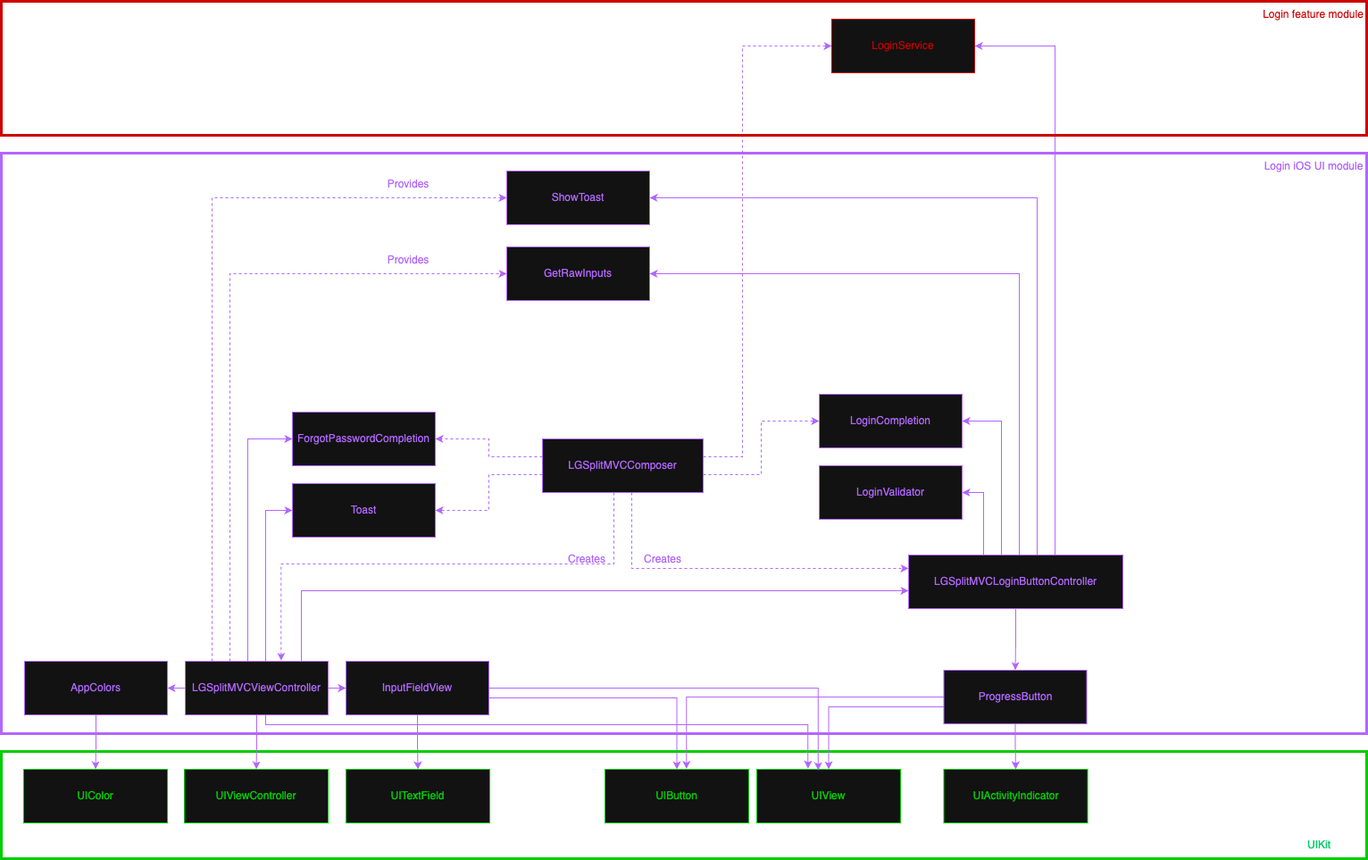
Earlier version of the draw.io export ECommerceScreens/ECommerceScreens/Login/SplitMVC/Diagrams/LGSplitMVCDependency.png (hiren9697/UIPatternsDemonstration). Source tidied: cells renumbered, new cells last; positions are measured from the earlier drawing's top-left corner, leaving out a move shared by most shapes.
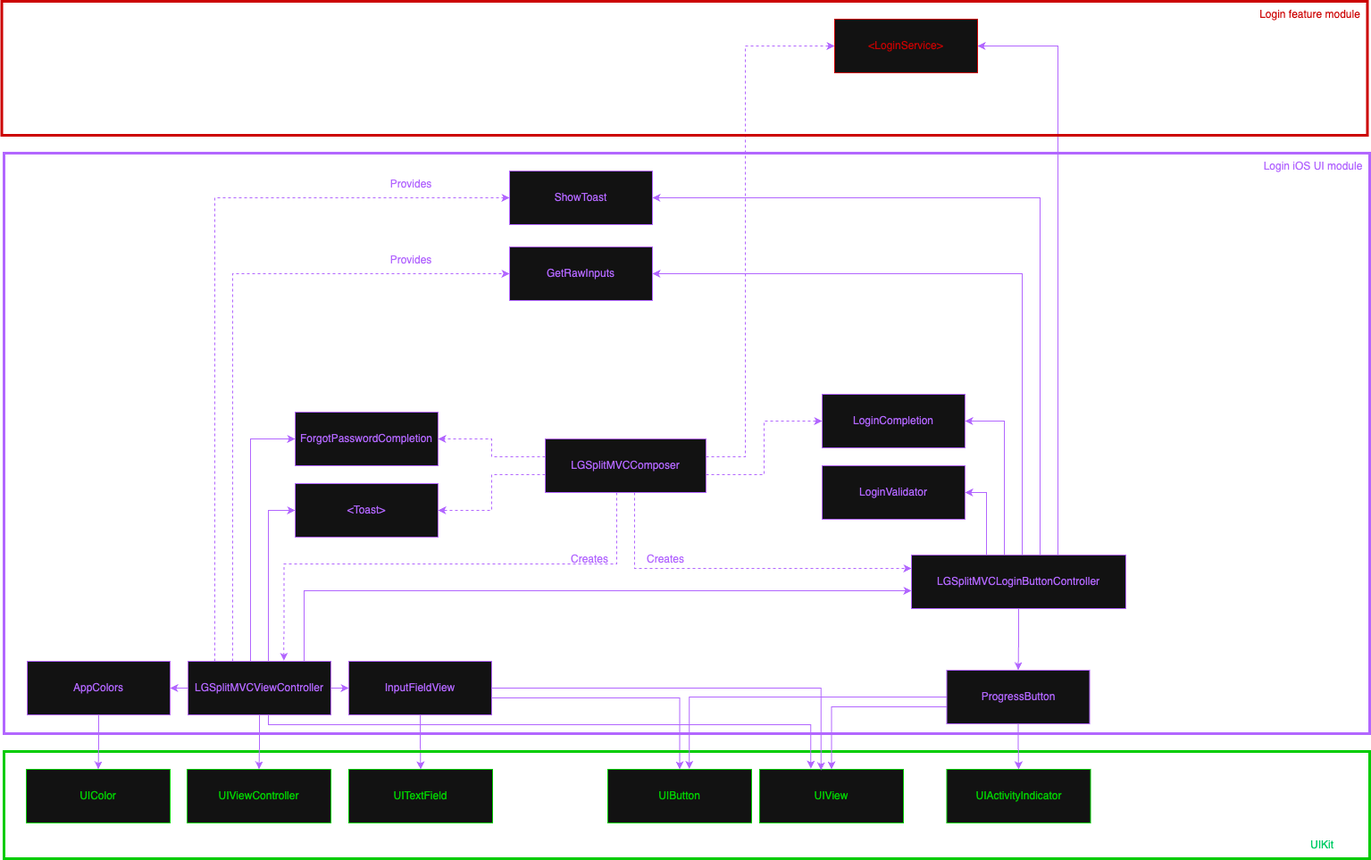
The same file after the commit.

Commit message:
Updated dependency diagram for split MVC approach

What changed in the source:
```diff
@@ -18,17 +18,17 @@
     <mxCell id="5" value="&lt;span style=&quot;color: light-dark(rgb(0, 0, 0), rgb(178, 102, 255));&quot;&gt;ForgotPasswordCompletion&lt;/span&gt;" style="rounded=0;whiteSpace=wrap;html=1;strokeColor=light-dark(#000000,#B266FF);" parent="1" vertex="1">
       <mxGeometry x="326" y="460" width="160" height="60" as="geometry" />
     </mxCell>
-    <mxCell id="6" style="rounded=0;whiteSpace=wrap;html=1;strokeColor=light-dark(#000000,#B266FF);fillColor=none;strokeWidth=3;" parent="1" vertex="1">
-      <mxGeometry y="170" width="1529" height="650" as="geometry" />
-    </mxCell>
-    <mxCell id="7" style="rounded=0;whiteSpace=wrap;html=1;strokeColor=light-dark(#000000,#00CC00);fillColor=none;strokeWidth=3;" parent="1" vertex="1">
-      <mxGeometry y="840" width="1529" height="120" as="geometry" />
-    </mxCell>
+    <mxCell id="59" style="rounded=0;whiteSpace=wrap;html=1;strokeColor=light-dark(#000000,#B266FF);fillColor=none;strokeWidth=3;" parent="1" vertex="1">
+      <mxGeometry y="170" width="1529" height="650" as="geometry" />
+    </mxCell>
+    <mxCell id="60" style="rounded=0;whiteSpace=wrap;html=1;strokeColor=light-dark(#000000,#00CC00);fillColor=none;strokeWidth=3;" parent="1" vertex="1">
+      <mxGeometry y="840" width="1529" height="120" as="geometry" />
+    </mxCell>
     <mxCell id="8" value="&lt;font style=&quot;color: light-dark(rgb(0, 0, 0), rgb(0, 204, 102));&quot;&gt;UIKit&lt;/font&gt;" style="text;html=1;align=center;verticalAlign=middle;whiteSpace=wrap;rounded=0;" parent="1" vertex="1">
       <mxGeometry x="1446" y="930" width="60" height="30" as="geometry" />
     </mxCell>
     <mxCell id="9" value="&lt;font style=&quot;color: light-dark(rgb(0, 0, 0), rgb(178, 102, 255));&quot;&gt;Login iOS UI module&lt;/font&gt;" style="text;html=1;align=center;verticalAlign=middle;whiteSpace=wrap;rounded=0;" parent="1" vertex="1">
-      <mxGeometry x="1412.5" y="170" width="114" height="30" as="geometry" />
+      <mxGeometry x="1408.5" y="170" width="114" height="30" as="geometry" />
     </mxCell>
     <mxCell id="10" value="&lt;span style=&quot;color: light-dark(rgb(0, 0, 0), rgb(178, 102, 255));&quot;&gt;LoginCompletion&lt;/span&gt;" style="rounded=0;whiteSpace=wrap;html=1;strokeColor=light-dark(#000000,#B266FF);" parent="1" vertex="1">
       <mxGeometry x="916" y="440" width="160" height="60" as="geometry" />
@@ -46,9 +46,9 @@
     <mxCell id="13" value="&lt;span style=&quot;color: light-dark(rgb(0, 0, 0), rgb(178, 102, 255));&quot;&gt;ProgressButton&lt;/span&gt;" style="rounded=0;whiteSpace=wrap;html=1;strokeColor=light-dark(#000000,#B266FF);" parent="1" vertex="1">
       <mxGeometry x="1055.5" y="749" width="160" height="60" as="geometry" />
     </mxCell>
-    <mxCell id="14" value="&lt;span style=&quot;color: light-dark(rgb(0, 0, 0), rgb(178, 102, 255));&quot;&gt;Toast&lt;/span&gt;" style="rounded=0;whiteSpace=wrap;html=1;strokeColor=light-dark(#000000,#B266FF);" parent="1" vertex="1">
-      <mxGeometry x="326" y="540" width="160" height="60" as="geometry" />
-    </mxCell>
+    <mxCell id="61" value="&lt;span style=&quot;color: light-dark(rgb(0, 0, 0), rgb(178, 102, 255));&quot;&gt;&amp;lt;Toast&amp;gt;&lt;/span&gt;" style="rounded=0;whiteSpace=wrap;html=1;strokeColor=light-dark(#000000,#B266FF);" parent="1" vertex="1">
+      <mxGeometry x="326" y="540" width="160" height="60" as="geometry" />
+    </mxCell>
     <mxCell id="15" value="&lt;span style=&quot;color: light-dark(rgb(0, 0, 0), rgb(178, 102, 255));&quot;&gt;LoginValidator&lt;/span&gt;" style="rounded=0;whiteSpace=wrap;html=1;strokeColor=light-dark(#000000,#B266FF);" parent="1" vertex="1">
       <mxGeometry x="916" y="520" width="160" height="60" as="geometry" />
     </mxCell>
@@ -77,13 +77,13 @@
         </Array>
       </mxGeometry>
     </mxCell>
-    <mxCell id="23" style="edgeStyle=orthogonalEdgeStyle;rounded=0;jettySize=auto;html=1;entryX=0;entryY=0.5;entryDx=0;entryDy=0;strokeColor=#B266FF;" parent="1" edge="1" source="27" target="14">
-      <mxGeometry relative="1" as="geometry">
-        <Array as="points">
-          <mxPoint x="296" y="570" />
-        </Array>
-      </mxGeometry>
-    </mxCell>
+    <mxCell id="62" style="edgeStyle=orthogonalEdgeStyle;rounded=0;jettySize=auto;html=1;entryX=0;entryY=0.5;entryDx=0;entryDy=0;strokeColor=#B266FF;" parent="1" edge="1" source="27" target="61">
+      <mxGeometry relative="1" as="geometry">
+        <Array as="points">
+          <mxPoint x="296" y="570" />
+        </Array>
+      </mxGeometry>
+    </mxCell>
     <mxCell id="24" style="edgeStyle=orthogonalEdgeStyle;rounded=0;jettySize=auto;html=1;entryX=0;entryY=0.5;entryDx=0;entryDy=0;strokeColor=#B266FF;dashed=1;" parent="1" edge="1" source="27" target="42">
       <mxGeometry relative="1" as="geometry">
         <Array as="points">
@@ -98,15 +98,15 @@
         </Array>
       </mxGeometry>
     </mxCell>
-    <mxCell id="26" style="edgeStyle=orthogonalEdgeStyle;rounded=0;orthogonalLoop=1;jettySize=auto;html=1;entryX=0;entryY=0.5;entryDx=0;entryDy=0;strokeColor=#B266FF;" parent="1" edge="1">
-      <mxGeometry relative="1" as="geometry">
-        <mxPoint x="336" y="749" as="sourcePoint" />
-        <mxPoint x="1016" y="660" as="targetPoint" />
-        <Array as="points">
-          <mxPoint x="336" y="660" />
-        </Array>
-      </mxGeometry>
-    </mxCell>
+    <mxCell id="63" style="edgeStyle=orthogonalEdgeStyle;rounded=0;orthogonalLoop=1;jettySize=auto;html=1;entryX=0;entryY=0.5;entryDx=0;entryDy=0;strokeColor=#B266FF;" parent="1" edge="1">
+      <mxGeometry relative="1" as="geometry">
+        <mxPoint x="336" y="749" as="sourcePoint" />
+        <mxPoint x="1016" y="660" as="targetPoint" />
+        <Array as="points">
+          <mxPoint x="336" y="660" />
+        </Array>
+      </mxGeometry>
+    </mxCell>
     <mxCell id="27" value="&lt;span style=&quot;color: light-dark(rgb(0, 0, 0), rgb(178, 102, 255));&quot;&gt;LGSplitMVCViewController&lt;/span&gt;" style="rounded=0;whiteSpace=wrap;html=1;strokeColor=light-dark(#000000,#B266FF);" parent="1" vertex="1">
       <mxGeometry x="206" y="739" width="160" height="60" as="geometry" />
     </mxCell>
@@ -159,13 +159,13 @@
         </Array>
       </mxGeometry>
     </mxCell>
-    <mxCell id="39" style="edgeStyle=orthogonalEdgeStyle;rounded=0;jettySize=auto;html=1;entryX=1;entryY=0.5;entryDx=0;entryDy=0;strokeColor=light-dark(#000000,#B266FF);" parent="1" edge="1" source="40" target="56">
-      <mxGeometry relative="1" as="geometry">
-        <Array as="points">
-          <mxPoint x="1180" y="50" />
-        </Array>
-      </mxGeometry>
-    </mxCell>
+    <mxCell id="64" style="edgeStyle=orthogonalEdgeStyle;rounded=0;jettySize=auto;html=1;entryX=1;entryY=0.5;entryDx=0;entryDy=0;strokeColor=light-dark(#000000,#B266FF);" parent="1" edge="1" source="40" target="71">
+      <mxGeometry relative="1" as="geometry">
+        <Array as="points">
+          <mxPoint x="1180" y="50" />
+        </Array>
+      </mxGeometry>
+    </mxCell>
     <mxCell id="40" value="&lt;span style=&quot;color: light-dark(rgb(0, 0, 0), rgb(178, 102, 255));&quot;&gt;LGSplitMVCLoginButtonController&lt;/span&gt;" style="rounded=0;whiteSpace=wrap;html=1;strokeColor=light-dark(#000000,#B266FF);" parent="1" vertex="1">
       <mxGeometry x="1016" y="620" width="240" height="60" as="geometry" />
     </mxCell>
@@ -186,14 +186,14 @@
         </Array>
       </mxGeometry>
     </mxCell>
-    <mxCell id="45" style="edgeStyle=orthogonalEdgeStyle;rounded=0;jettySize=auto;html=1;entryX=1;entryY=0.5;entryDx=0;entryDy=0;strokeColor=#B266FF;dashed=1;" parent="1" edge="1" source="50" target="14">
-      <mxGeometry relative="1" as="geometry">
-        <Array as="points">
-          <mxPoint x="546" y="530" />
-          <mxPoint x="546" y="570" />
-        </Array>
-      </mxGeometry>
-    </mxCell>
+    <mxCell id="65" style="edgeStyle=orthogonalEdgeStyle;rounded=0;jettySize=auto;html=1;entryX=1;entryY=0.5;entryDx=0;entryDy=0;strokeColor=#B266FF;dashed=1;" parent="1" edge="1" source="50" target="61">
+      <mxGeometry relative="1" as="geometry">
+        <Array as="points">
+          <mxPoint x="546" y="530" />
+          <mxPoint x="546" y="570" />
+        </Array>
+      </mxGeometry>
+    </mxCell>
     <mxCell id="46" style="edgeStyle=orthogonalEdgeStyle;rounded=0;jettySize=auto;html=1;entryX=1;entryY=0.5;entryDx=0;entryDy=0;strokeColor=#B266FF;dashed=1;" parent="1" edge="1" source="50" target="5">
       <mxGeometry relative="1" as="geometry">
         <Array as="points">
@@ -217,14 +217,14 @@
         </Array>
       </mxGeometry>
     </mxCell>
-    <mxCell id="49" style="edgeStyle=orthogonalEdgeStyle;rounded=0;jettySize=auto;html=1;entryX=0;entryY=0.5;entryDx=0;entryDy=0;strokeColor=light-dark(#000000,#B266FF);dashed=1;" parent="1" edge="1" source="50" target="56">
-      <mxGeometry relative="1" as="geometry">
-        <Array as="points">
-          <mxPoint x="830" y="510" />
-          <mxPoint x="830" y="50" />
-        </Array>
-      </mxGeometry>
-    </mxCell>
+    <mxCell id="66" style="edgeStyle=orthogonalEdgeStyle;rounded=0;jettySize=auto;html=1;entryX=0;entryY=0.5;entryDx=0;entryDy=0;strokeColor=light-dark(#000000,#B266FF);dashed=1;" parent="1" edge="1" source="50" target="71">
+      <mxGeometry relative="1" as="geometry">
+        <Array as="points">
+          <mxPoint x="830" y="510" />
+          <mxPoint x="830" y="50" />
+        </Array>
+      </mxGeometry>
+    </mxCell>
     <mxCell id="50" value="&lt;span style=&quot;color: light-dark(rgb(0, 0, 0), rgb(178, 102, 255));&quot;&gt;LGSplitMVCComposer&lt;/span&gt;" style="rounded=0;whiteSpace=wrap;html=1;strokeColor=light-dark(#000000,#B266FF);" parent="1" vertex="1">
       <mxGeometry x="606" y="490" width="180" height="60" as="geometry" />
     </mxCell>
@@ -236,26 +236,26 @@
         </Array>
       </mxGeometry>
     </mxCell>
-    <mxCell id="52" value="&lt;font style=&quot;color: rgb(178, 102, 255);&quot;&gt;Creates&lt;/font&gt;" style="text;html=1;align=center;verticalAlign=middle;whiteSpace=wrap;rounded=0;" parent="1" vertex="1">
-      <mxGeometry x="710.5" y="610" width="60" height="30" as="geometry" />
-    </mxCell>
-    <mxCell id="53" value="&lt;font style=&quot;color: rgb(178, 102, 255);&quot;&gt;Creates&lt;/font&gt;" style="text;html=1;align=center;verticalAlign=middle;whiteSpace=wrap;rounded=0;" parent="1" vertex="1">
-      <mxGeometry x="626" y="610" width="60" height="30" as="geometry" />
-    </mxCell>
-    <mxCell id="54" value="&lt;font style=&quot;color: rgb(178, 102, 255);&quot;&gt;Provides&lt;/font&gt;" style="text;html=1;align=center;verticalAlign=middle;whiteSpace=wrap;rounded=0;" parent="1" vertex="1">
-      <mxGeometry x="426" y="190" width="60" height="30" as="geometry" />
-    </mxCell>
-    <mxCell id="55" value="&lt;font style=&quot;color: rgb(178, 102, 255);&quot;&gt;Provides&lt;/font&gt;" style="text;html=1;align=center;verticalAlign=middle;whiteSpace=wrap;rounded=0;" parent="1" vertex="1">
-      <mxGeometry x="426" y="275" width="60" height="30" as="geometry" />
-    </mxCell>
-    <mxCell id="56" value="&lt;font style=&quot;color: light-dark(rgb(0, 0, 0), rgb(204, 0, 0));&quot;&gt;LoginService&lt;/font&gt;" style="rounded=0;whiteSpace=wrap;html=1;strokeColor=light-dark(#000000,#CC0000);" parent="1" vertex="1">
-      <mxGeometry x="930" y="20" width="160" height="60" as="geometry" />
-    </mxCell>
-    <mxCell id="57" style="rounded=0;whiteSpace=wrap;html=1;strokeColor=light-dark(#000000,#CC0000);fillColor=none;strokeWidth=3;" parent="1" vertex="1">
-      <mxGeometry width="1529" height="150" as="geometry" />
-    </mxCell>
+    <mxCell id="67" value="&lt;font style=&quot;color: rgb(178, 102, 255);&quot;&gt;Creates&lt;/font&gt;" style="text;html=1;align=center;verticalAlign=middle;whiteSpace=wrap;rounded=0;" parent="1" vertex="1">
+      <mxGeometry x="710.5" y="610" width="60" height="30" as="geometry" />
+    </mxCell>
+    <mxCell id="68" value="&lt;font style=&quot;color: rgb(178, 102, 255);&quot;&gt;Creates&lt;/font&gt;" style="text;html=1;align=center;verticalAlign=middle;whiteSpace=wrap;rounded=0;" parent="1" vertex="1">
+      <mxGeometry x="626" y="610" width="60" height="30" as="geometry" />
+    </mxCell>
+    <mxCell id="69" value="&lt;font style=&quot;color: rgb(178, 102, 255);&quot;&gt;Provides&lt;/font&gt;" style="text;html=1;align=center;verticalAlign=middle;whiteSpace=wrap;rounded=0;" parent="1" vertex="1">
+      <mxGeometry x="426" y="190" width="60" height="30" as="geometry" />
+    </mxCell>
+    <mxCell id="70" value="&lt;font style=&quot;color: rgb(178, 102, 255);&quot;&gt;Provides&lt;/font&gt;" style="text;html=1;align=center;verticalAlign=middle;whiteSpace=wrap;rounded=0;" parent="1" vertex="1">
+      <mxGeometry x="426" y="275" width="60" height="30" as="geometry" />
+    </mxCell>
+    <mxCell id="71" value="&lt;font style=&quot;color: light-dark(rgb(0, 0, 0), rgb(204, 0, 0));&quot;&gt;&amp;lt;LoginService&amp;gt;&lt;/font&gt;" style="rounded=0;whiteSpace=wrap;html=1;strokeColor=light-dark(#000000,#CC0000);" parent="1" vertex="1">
+      <mxGeometry x="930" y="20" width="160" height="60" as="geometry" />
+    </mxCell>
+    <mxCell id="72" style="rounded=0;whiteSpace=wrap;html=1;strokeColor=light-dark(#000000,#CC0000);fillColor=none;strokeWidth=3;" parent="1" vertex="1">
+      <mxGeometry x="-2.5" width="1529" height="150" as="geometry" />
+    </mxCell>
     <mxCell id="58" value="&lt;font style=&quot;color: light-dark(rgb(0, 0, 0), rgb(204, 0, 0));&quot;&gt;Login feature module&lt;/font&gt;" style="text;html=1;align=center;verticalAlign=middle;whiteSpace=wrap;rounded=0;" parent="1" vertex="1">
-      <mxGeometry x="1410" width="119" height="30" as="geometry" />
+      <mxGeometry x="1403" width="119" height="30" as="geometry" />
     </mxCell>
   </root>
 </mxGraphModel>
```
